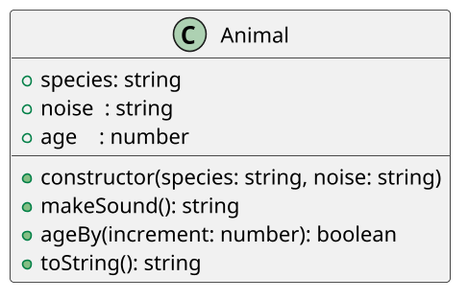
This is labs/animal/assets/diagrama.png from qxcodepoo/arcade, a PlantUML export, as it was before one commit. The source it was exported from:
```plantuml
@startuml

skinparam defaultFontName "Source Code Pro"
skinparam dpi 150

class Animal {
    + species: string
    + noise  : string
    + age    : number
    __
    + constructor(species: string, noise: string)
    + makeSound(): string
    + ageBy(increment: number): boolean
    + toString(): string
}

@enduml
```
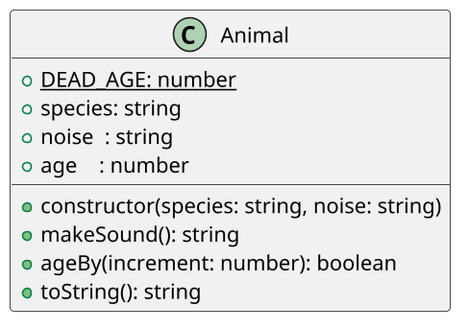
Above is the later version.

What changed in the source:
```diff
@@ -4,6 +4,7 @@
 skinparam dpi 150
 
 class Animal {
+    {static} + DEAD_AGE: number
     + species: string
     + noise  : string
     + age    : number
```
